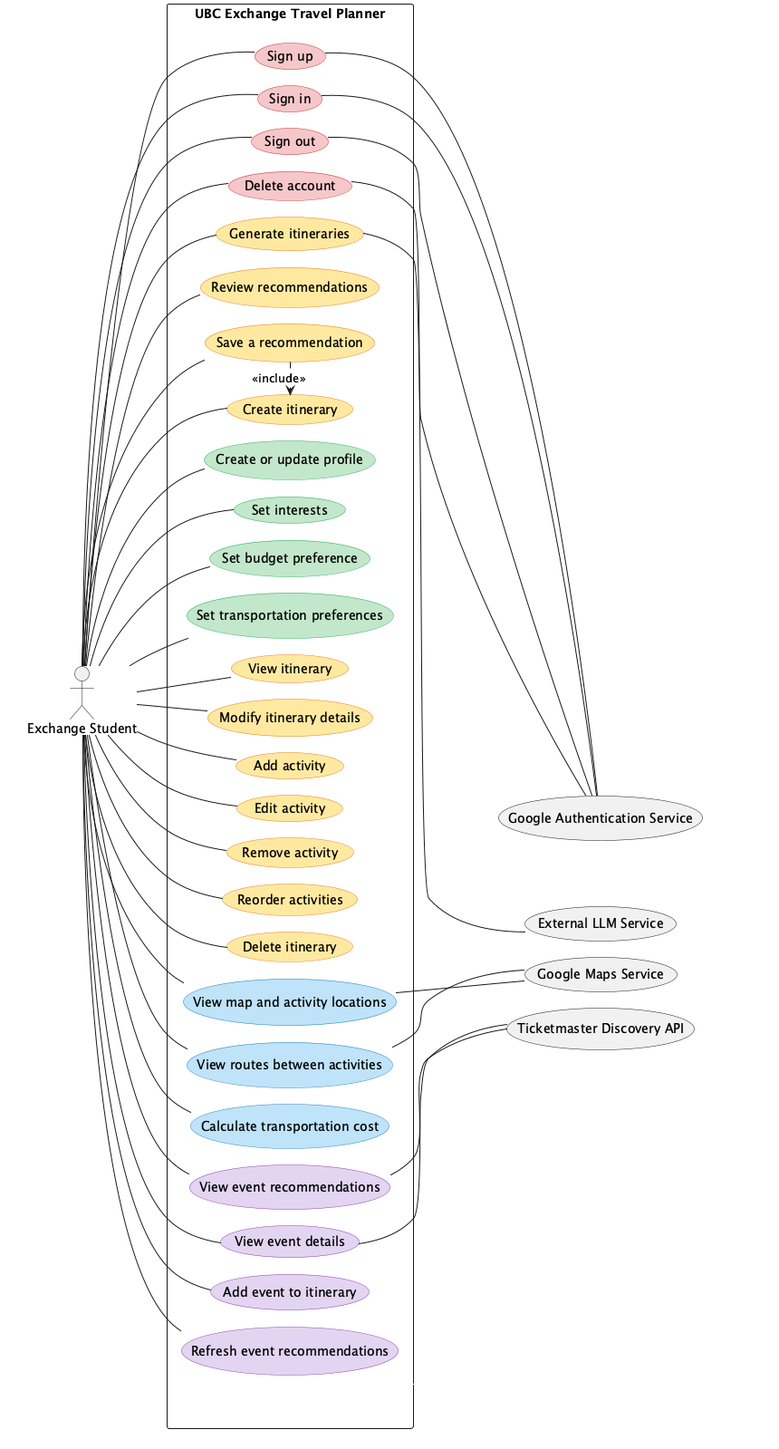
Before: documentation/images/Usecase_diagram_recreated.png, a diagram exported from PlantUML (islamhampriv/ExploreUBC).
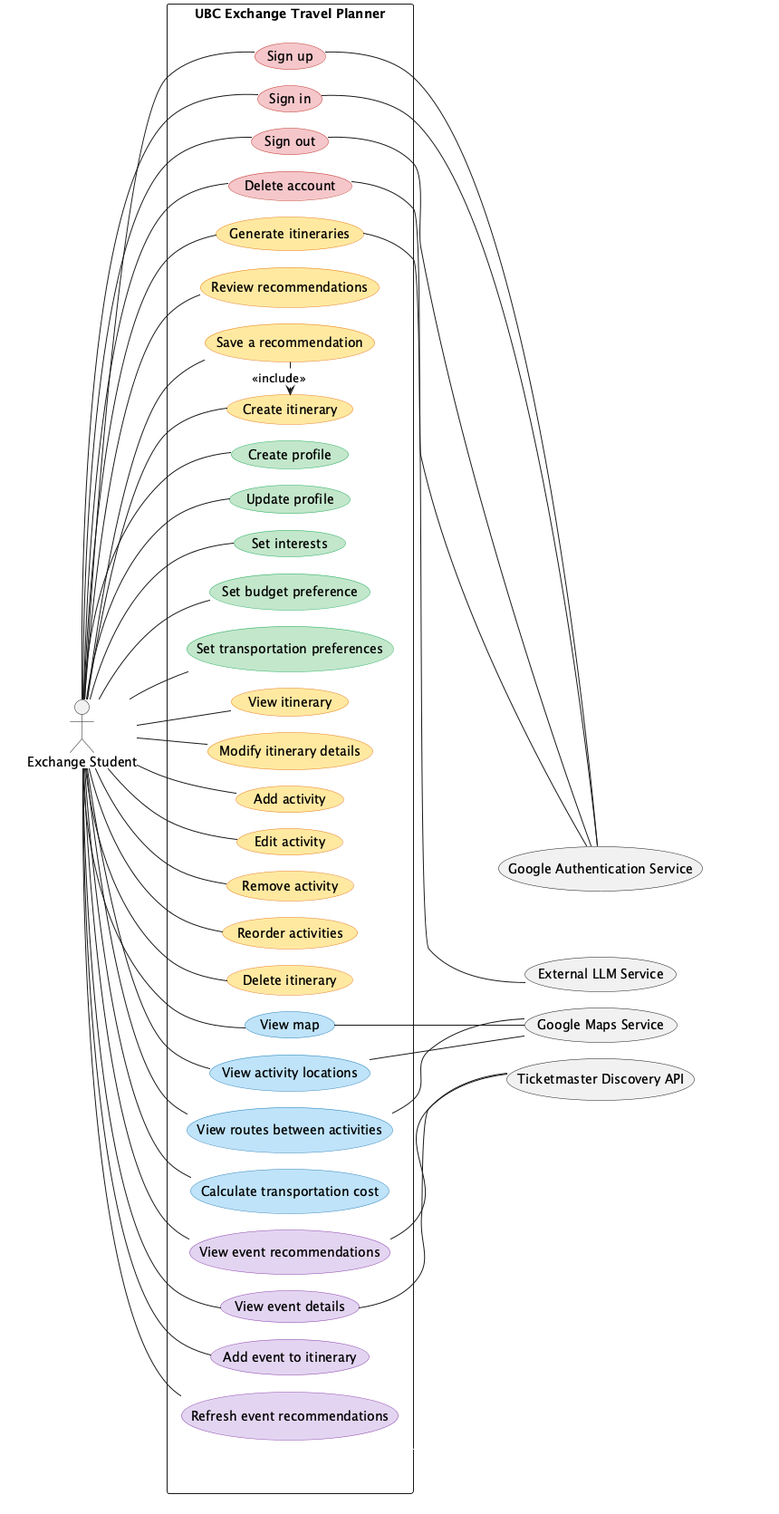
The same file after the commit.

Commit message:
fix: resolve issues with use case diagram

Diff of the diagram source:
```diff
@@ -41,7 +41,8 @@
   usecase "Save a recommendation" as UC20 <<itinerary>>
   usecase "Create itinerary" as UC9 <<itinerary>>
 
-  usecase "Create or update profile" as UC5 <<profile>>
+  usecase "Create profile" as UC5 <<profile>>
+  usecase "Update profile" as UC27 <<profile>>
   usecase "Set interests" as UC6 <<profile>>
   usecase "Set budget preference" as UC7 <<profile>>
   usecase "Set transportation preferences" as UC8 <<profile>>
@@ -54,7 +55,8 @@
   usecase "Reorder activities" as UC22 <<itinerary>>
   usecase "Delete itinerary" as UC23 <<itinerary>>
 
-  usecase "View map and activity locations" as UC15 <<maps>>
+  usecase "View map" as UC15 <<maps>>
+  usecase "View activity locations" as UC28 <<maps>>
   usecase "View routes between activities" as UC16 <<maps>>
   usecase "Calculate transportation cost" as UC17 <<maps>>
 
@@ -79,6 +81,7 @@
 Traveller -- UC3
 Traveller -- UC4
 Traveller -- UC5
+Traveller -- UC27
 Traveller -- UC6
 Traveller -- UC7
 Traveller -- UC8
@@ -93,12 +96,14 @@
 Traveller -- UC22
 Traveller -- UC23
 Traveller -- UC15
+Traveller -- UC28
 Traveller -- UC16
 Traveller -- UC17
 Traveller -- UC18
 Traveller -- UC24
 Traveller -- UC25
 Traveller -- UC26
+
 
 Traveller -- UC14
 UC9 <.left. UC20 : <<include>>
@@ -111,6 +116,7 @@
 UC14 -[norank]- AIService
 UC15 -[norank]- GoogleMaps
 UC16 -[norank]- GoogleMaps
+UC28 -[norank]- GoogleMaps
 UC18 -[norank]- EventService
 UC24 -[norank]- EventService
 @enduml
```
